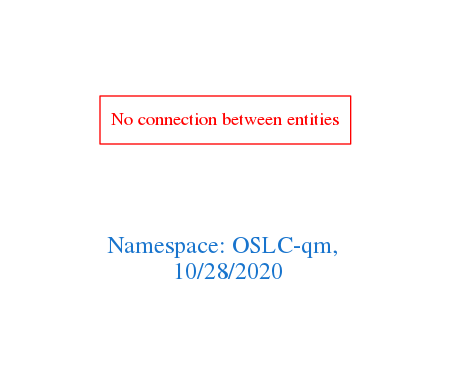
arago/OGIT keeps this Graphviz diagram as downloads/OSLC-qm.png. Above is the earlier version. Its source is kept beside it as downloads/OSLC-qm.dot.
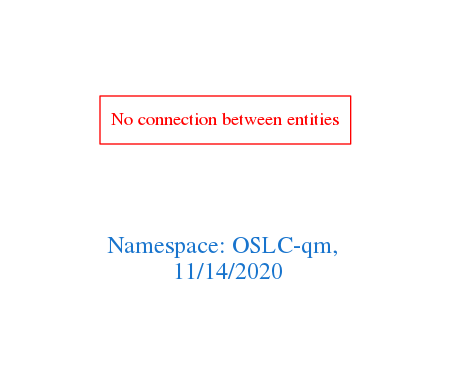
The same diagram one commit later.

The edit, as a diff of the source:
```diff
@@ -1,7 +1,7 @@
 digraph OGIT_ontology {
  graph [ rankdir= LR,pad=1
 fontsize = 18,
-fontcolor= dodgerblue3,label = "\n\n\nNamespace: OSLC-qm, \n 10/28/2020"];
+fontcolor= dodgerblue3,label = "\n\n\nNamespace: OSLC-qm, \n 11/14/2020"];
 node[shape=polygon];
 edge [  color="gray81"];
 
```
